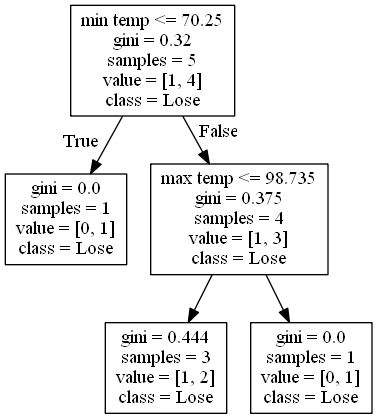
Earlier version of the Graphviz export DecisionTrees/Pac-12decision_tree_no_score_or_attendance2.png (alexana-steck/CSE482Project). Its source is kept beside it as DecisionTrees/Pac-12decision_tree_no_score_or_attendance2.dot. Its diagram source:
```dot
digraph Tree {
node [shape=box] ;
0 [label="min temp <= 70.25\ngini = 0.32\nsamples = 5\nvalue = [1, 4]\nclass = Lose"] ;
1 [label="gini = 0.0\nsamples = 1\nvalue = [0, 1]\nclass = Lose"] ;
0 -> 1 [labeldistance=2.5, labelangle=45, headlabel="True"] ;
2 [label="max temp <= 98.735\ngini = 0.375\nsamples = 4\nvalue = [1, 3]\nclass = Lose"] ;
0 -> 2 [labeldistance=2.5, labelangle=-45, headlabel="False"] ;
3 [label="gini = 0.444\nsamples = 3\nvalue = [1, 2]\nclass = Lose"] ;
2 -> 3 ;
4 [label="gini = 0.0\nsamples = 1\nvalue = [0, 1]\nclass = Lose"] ;
2 -> 4 ;
}
```
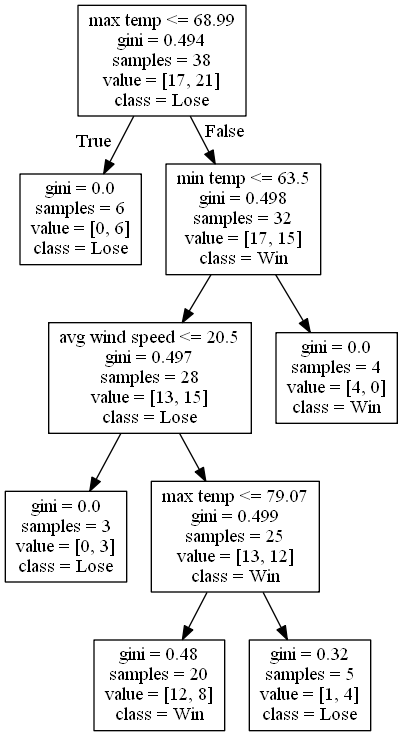
After the commit.

What changed in the source:
```diff
@@ -1,12 +1,20 @@
 digraph Tree {
 node [shape=box] ;
-0 [label="min temp <= 70.25\ngini = 0.32\nsamples = 5\nvalue = [1, 4]\nclass = Lose"] ;
-1 [label="gini = 0.0\nsamples = 1\nvalue = [0, 1]\nclass = Lose"] ;
+0 [label="max temp <= 68.99\ngini = 0.494\nsamples = 38\nvalue = [17, 21]\nclass = Lose"] ;
+1 [label="gini = 0.0\nsamples = 6\nvalue = [0, 6]\nclass = Lose"] ;
 0 -> 1 [labeldistance=2.5, labelangle=45, headlabel="True"] ;
-2 [label="max temp <= 98.735\ngini = 0.375\nsamples = 4\nvalue = [1, 3]\nclass = Lose"] ;
+2 [label="min temp <= 63.5\ngini = 0.498\nsamples = 32\nvalue = [17, 15]\nclass = Win"] ;
 0 -> 2 [labeldistance=2.5, labelangle=-45, headlabel="False"] ;
-3 [label="gini = 0.444\nsamples = 3\nvalue = [1, 2]\nclass = Lose"] ;
+3 [label="avg wind speed <= 20.5\ngini = 0.497\nsamples = 28\nvalue = [13, 15]\nclass = Lose"] ;
 2 -> 3 ;
-4 [label="gini = 0.0\nsamples = 1\nvalue = [0, 1]\nclass = Lose"] ;
-2 -> 4 ;
+4 [label="gini = 0.0\nsamples = 3\nvalue = [0, 3]\nclass = Lose"] ;
+3 -> 4 ;
+5 [label="max temp <= 79.07\ngini = 0.499\nsamples = 25\nvalue = [13, 12]\nclass = Win"] ;
+3 -> 5 ;
+6 [label="gini = 0.48\nsamples = 20\nvalue = [12, 8]\nclass = Win"] ;
+5 -> 6 ;
+7 [label="gini = 0.32\nsamples = 5\nvalue = [1, 4]\nclass = Lose"] ;
+5 -> 7 ;
+8 [label="gini = 0.0\nsamples = 4\nvalue = [4, 0]\nclass = Win"] ;
+2 -> 8 ;
 }
```
